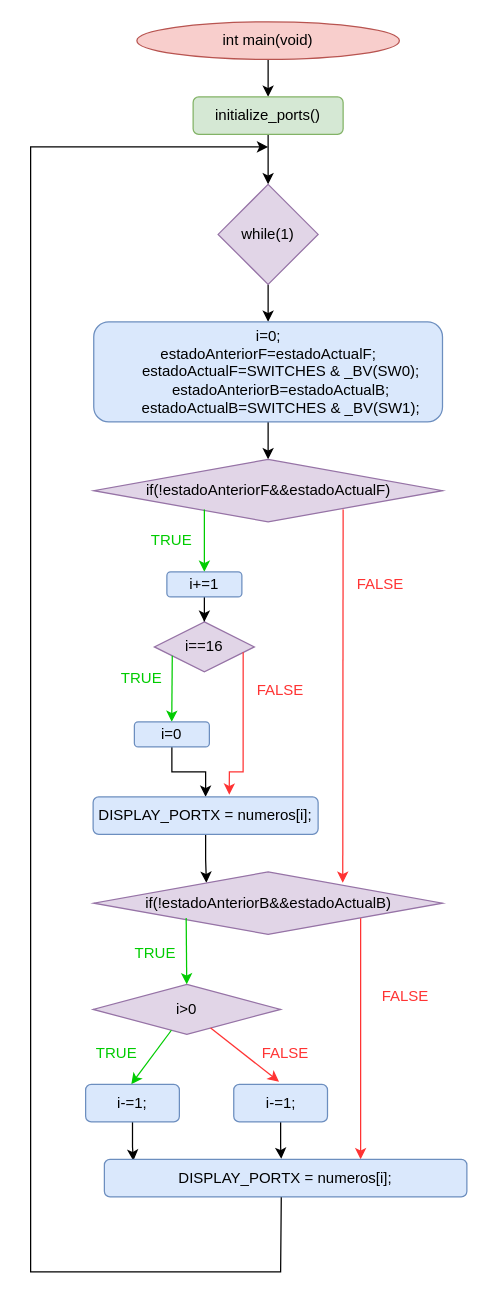
Earlier version of the draw.io diagram p5 flow.drawio (rulgamer03/Mapas). Source tidied: cells renumbered, new cells numbered last; positions are measured from the earlier drawing's top-left corner, leaving out a move shared by most shapes. Both pictures are drawn from the tidied source at 125%, with x=0, y=0 at pixel (30, 21).
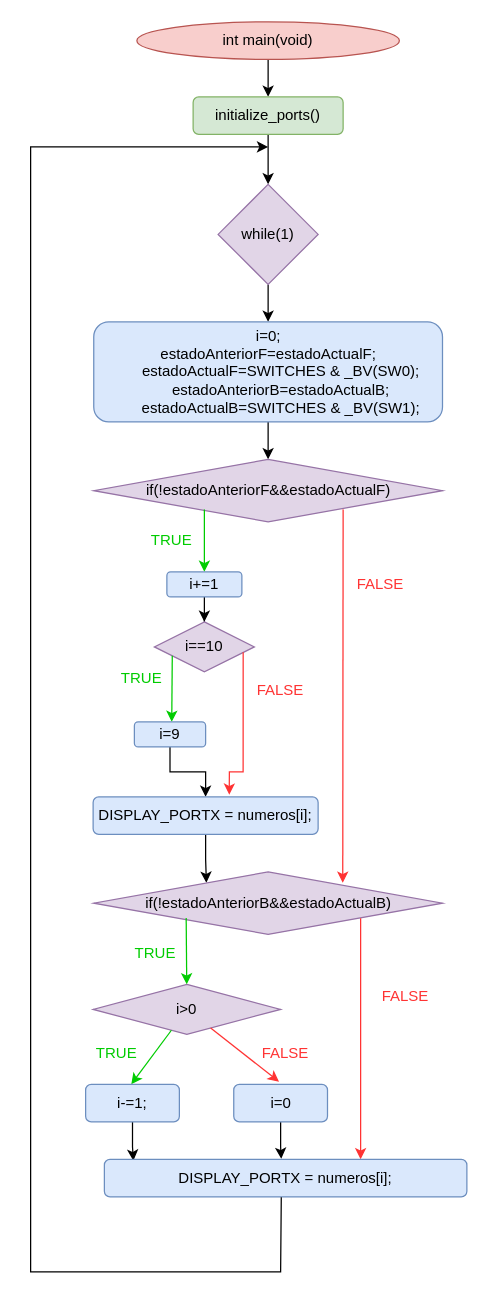
Above is the later version.

Change to the diagram source:
```diff
@@
-    <mxCell id="15" value="i==16" style="rhombus;whiteSpace=wrap;html=1;fillColor=#e1d5e7;strokeColor=#9673a6;" parent="1" vertex="1">
+    <mxCell id="15" value="i==10" style="rhombus;whiteSpace=wrap;html=1;fillColor=#e1d5e7;strokeColor=#9673a6;" parent="1" vertex="1">
       <mxGeometry x="99" y="480" width="80" height="40" as="geometry" />
     </mxCell>
@@
-    <mxCell id="19" value="i=0" style="rounded=1;whiteSpace=wrap;html=1;fillColor=#dae8fc;strokeColor=#6c8ebf;" parent="1" vertex="1">
-      <mxGeometry x="83" y="560" width="60" height="20" as="geometry" />
+    <mxCell id="19" value="i=9" style="rounded=1;whiteSpace=wrap;html=1;fillColor=#dae8fc;strokeColor=#6c8ebf;" parent="1" vertex="1">
+      <mxGeometry x="83" y="560" width="57" height="20" as="geometry" />
     </mxCell>
@@
-    <mxCell id="36" value="i-=1;" style="rounded=1;whiteSpace=wrap;html=1;fillColor=#dae8fc;strokeColor=#6c8ebf;" parent="1" vertex="1">
+    <mxCell id="36" value="i=0" style="rounded=1;whiteSpace=wrap;html=1;fillColor=#dae8fc;strokeColor=#6c8ebf;" parent="1" vertex="1">
       <mxGeometry x="162.5" y="850" width="75" height="30" as="geometry" />
     </mxCell>
```
